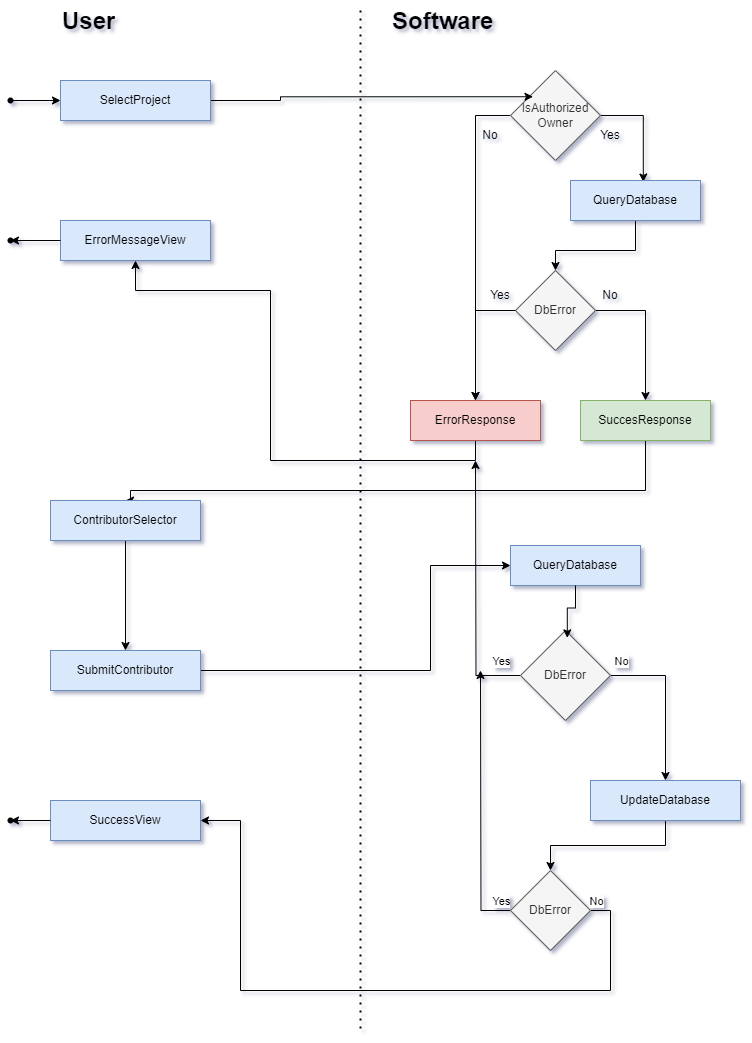
The draw.io diagram design/activity/project.delete.contrib.activity.diagram.png in SamyBP/ProjectManagementApplication, before a commit. Source tidied: cells renumbered, new cells last; positions are measured from the earlier drawing's top-left corner, leaving out a move shared by most shapes.
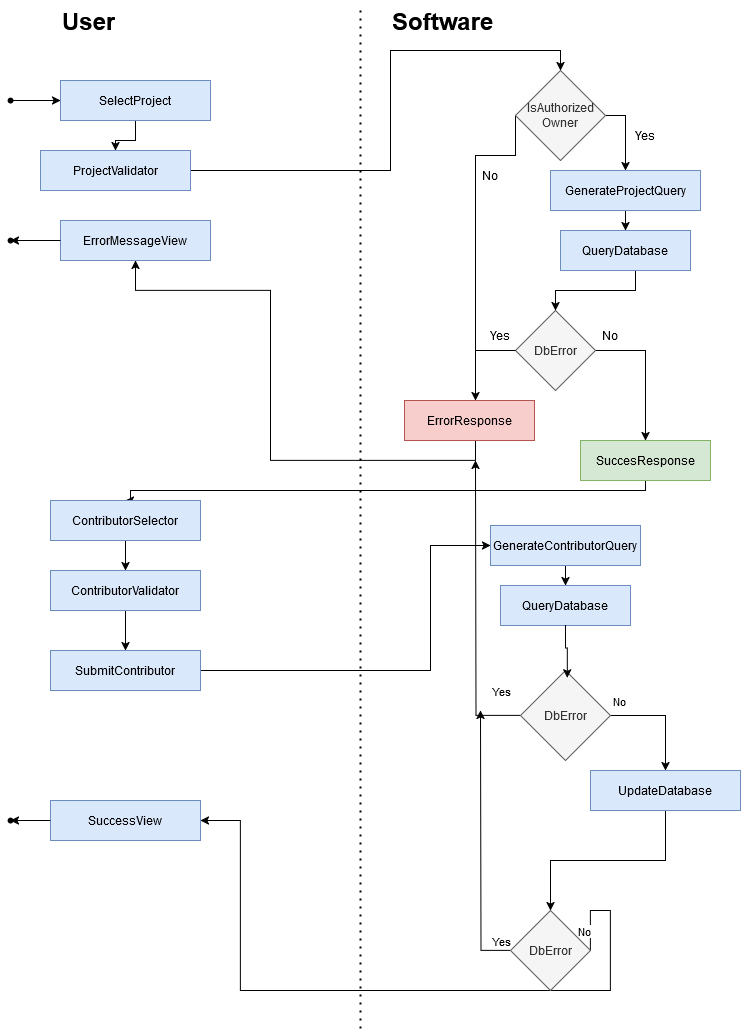
Above is the later version.

Change to the diagram source:
```diff
@@ -2,34 +2,24 @@
   <root>
     <mxCell id="0" />
     <mxCell id="1" parent="0" />
-    <mxCell id="2" style="edgeStyle=orthogonalEdgeStyle;rounded=0;jettySize=auto;html=1;" parent="1" edge="1" source="4" target="8">
+    <mxCell id="2" style="edgeStyle=orthogonalEdgeStyle;rounded=0;jettySize=auto;html=1;exitX=0;exitY=0.5;exitDx=0;exitDy=0;" parent="1" edge="1" source="4">
       <mxGeometry relative="1" as="geometry">
+        <mxPoint x="475" y="440" as="targetPoint" />
         <Array as="points">
-          <mxPoint x="475" y="115" />
+          <mxPoint x="515" y="155" />
+          <mxPoint x="475" y="155" />
         </Array>
       </mxGeometry>
     </mxCell>
-    <mxCell id="3" style="edgeStyle=orthogonalEdgeStyle;rounded=0;jettySize=auto;html=1;entryX=0.56;entryY=0.038;entryDx=0;entryDy=0;entryPerimeter=0;" parent="1" edge="1" source="4" target="11">
-      <mxGeometry relative="1" as="geometry">
-        <Array as="points">
-          <mxPoint x="643" y="115" />
-        </Array>
-      </mxGeometry>
-    </mxCell>
+    <mxCell id="50" style="edgeStyle=orthogonalEdgeStyle;rounded=0;jettySize=auto;html=1;exitX=1;exitY=0.5;exitDx=0;exitDy=0;entryX=0.5;entryY=0;entryDx=0;entryDy=0;" parent="1" edge="1" source="4" target="57">
+      <mxGeometry relative="1" as="geometry" />
+    </mxCell>
     <mxCell id="4" value="IsAuthorized Owner" style="rhombus;whiteSpace=wrap;html=1;fillColor=#f5f5f5;fontColor=#333333;strokeColor=#666666;rounded=0;" parent="1" vertex="1">
-      <mxGeometry x="510" y="70" width="90" height="90" as="geometry" />
+      <mxGeometry x="515" y="70" width="90" height="90" as="geometry" />
     </mxCell>
-    <mxCell id="5" style="edgeStyle=orthogonalEdgeStyle;rounded=0;orthogonalLoop=1;jettySize=auto;html=1;exitX=1;exitY=0.5;exitDx=0;exitDy=0;entryX=0;entryY=0;entryDx=0;entryDy=0;" parent="1" edge="1">
-      <mxGeometry relative="1" as="geometry">
-        <mxPoint x="210" y="103.8" as="sourcePoint" />
-        <mxPoint x="532.5" y="96.2" as="targetPoint" />
-        <Array as="points">
-          <mxPoint x="210" y="100" />
-          <mxPoint x="280" y="100" />
-          <mxPoint x="280" y="96" />
-        </Array>
-      </mxGeometry>
-    </mxCell>
+    <mxCell id="51" style="edgeStyle=orthogonalEdgeStyle;rounded=0;jettySize=auto;html=1;exitX=0.5;exitY=1;exitDx=0;exitDy=0;" parent="1" edge="1" source="6" target="53">
+      <mxGeometry relative="1" as="geometry" />
+    </mxCell>
     <mxCell id="6" value="SelectProject" style="rounded=0;whiteSpace=wrap;html=1;fillColor=#dae8fc;strokeColor=#6c8ebf;" parent="1" vertex="1">
       <mxGeometry x="60" y="80" width="150" height="40" as="geometry" />
     </mxCell>
@@ -44,44 +34,45 @@
       </mxGeometry>
     </mxCell>
     <mxCell id="8" value="ErrorResponse" style="rounded=0;whiteSpace=wrap;html=1;fillColor=#f8cecc;strokeColor=#b85450;" parent="1" vertex="1">
-      <mxGeometry x="410" y="400" width="130" height="40" as="geometry" />
+      <mxGeometry x="404" y="400" width="130" height="40" as="geometry" />
     </mxCell>
     <mxCell id="9" value="No" style="text;html=1;align=center;verticalAlign=middle;whiteSpace=wrap;rounded=0;" parent="1" vertex="1">
-      <mxGeometry x="460" y="120" width="60" height="30" as="geometry" />
+      <mxGeometry x="460" y="160" width="60" height="30" as="geometry" />
     </mxCell>
     <mxCell id="10" style="edgeStyle=orthogonalEdgeStyle;rounded=0;jettySize=auto;html=1;exitX=0.5;exitY=1;exitDx=0;exitDy=0;entryX=0.5;entryY=0;entryDx=0;entryDy=0;" parent="1" edge="1" source="11" target="13">
       <mxGeometry relative="1" as="geometry">
         <Array as="points">
-          <mxPoint x="635" y="250" />
-          <mxPoint x="555" y="250" />
+          <mxPoint x="635" y="290" />
+          <mxPoint x="555" y="290" />
         </Array>
       </mxGeometry>
     </mxCell>
     <mxCell id="11" value="QueryDatabase" style="rounded=0;whiteSpace=wrap;html=1;fillColor=#dae8fc;strokeColor=#6c8ebf;" parent="1" vertex="1">
-      <mxGeometry x="570" y="180" width="130" height="40" as="geometry" />
+      <mxGeometry x="560" y="230" width="130" height="40" as="geometry" />
     </mxCell>
     <mxCell id="12" style="edgeStyle=orthogonalEdgeStyle;rounded=0;jettySize=auto;html=1;entryX=0.5;entryY=0;entryDx=0;entryDy=0;" parent="1" edge="1" source="13" target="18">
       <mxGeometry relative="1" as="geometry">
         <Array as="points">
-          <mxPoint x="645" y="310" />
+          <mxPoint x="645" y="350" />
         </Array>
       </mxGeometry>
     </mxCell>
     <mxCell id="13" value="DbError" style="rhombus;whiteSpace=wrap;html=1;fillColor=#f5f5f5;fontColor=#333333;strokeColor=#666666;rounded=0;" parent="1" vertex="1">
-      <mxGeometry x="515" y="270" width="80" height="80" as="geometry" />
+      <mxGeometry x="515" y="310" width="80" height="80" as="geometry" />
     </mxCell>
     <mxCell id="14" value="Yes" style="text;html=1;align=center;verticalAlign=middle;whiteSpace=wrap;rounded=0;" parent="1" vertex="1">
-      <mxGeometry x="580" y="120" width="60" height="30" as="geometry" />
+      <mxGeometry x="615" y="120" width="60" height="30" as="geometry" />
     </mxCell>
-    <mxCell id="15" style="edgeStyle=orthogonalEdgeStyle;rounded=0;jettySize=auto;html=1;exitX=0.75;exitY=1;exitDx=0;exitDy=0;entryX=0.5;entryY=0;entryDx=0;entryDy=0;" parent="1" edge="1" source="16" target="8">
+    <mxCell id="15" style="edgeStyle=orthogonalEdgeStyle;rounded=0;jettySize=auto;html=1;exitX=0.75;exitY=1;exitDx=0;exitDy=0;" parent="1" edge="1" source="16">
       <mxGeometry relative="1" as="geometry">
+        <mxPoint x="475" y="400" as="targetPoint" />
         <Array as="points">
-          <mxPoint x="475" y="310" />
+          <mxPoint x="475" y="350" />
         </Array>
       </mxGeometry>
     </mxCell>
     <mxCell id="16" value="Yes" style="text;html=1;align=center;verticalAlign=middle;whiteSpace=wrap;rounded=0;" parent="1" vertex="1">
-      <mxGeometry x="470" y="280" width="60" height="30" as="geometry" />
+      <mxGeometry x="470" y="320" width="60" height="30" as="geometry" />
     </mxCell>
     <mxCell id="17" style="edgeStyle=orthogonalEdgeStyle;rounded=0;jettySize=auto;html=1;exitX=0.5;exitY=1;exitDx=0;exitDy=0;entryX=0.5;entryY=0;entryDx=0;entryDy=0;" parent="1" edge="1" source="18" target="22">
       <mxGeometry relative="1" as="geometry">
@@ -93,15 +84,15 @@
       </mxGeometry>
     </mxCell>
     <mxCell id="18" value="SuccesResponse" style="rounded=0;whiteSpace=wrap;html=1;fillColor=#d5e8d4;strokeColor=#82b366;" parent="1" vertex="1">
-      <mxGeometry x="580" y="400" width="130" height="40" as="geometry" />
+      <mxGeometry x="580" y="440" width="130" height="40" as="geometry" />
     </mxCell>
     <mxCell id="19" value="No" style="text;html=1;align=center;verticalAlign=middle;whiteSpace=wrap;rounded=0;" parent="1" vertex="1">
-      <mxGeometry x="580" y="280" width="60" height="30" as="geometry" />
+      <mxGeometry x="580" y="320" width="60" height="30" as="geometry" />
     </mxCell>
     <mxCell id="20" value="ErrorMessageView" style="rounded=0;whiteSpace=wrap;html=1;fillColor=#dae8fc;strokeColor=#6c8ebf;" parent="1" vertex="1">
       <mxGeometry x="60" y="220" width="150" height="40" as="geometry" />
     </mxCell>
-    <mxCell id="21" style="edgeStyle=orthogonalEdgeStyle;rounded=0;jettySize=auto;html=1;exitX=0.5;exitY=1;exitDx=0;exitDy=0;entryX=0.5;entryY=0;entryDx=0;entryDy=0;" parent="1" edge="1" source="22" target="33">
+    <mxCell id="21" style="edgeStyle=orthogonalEdgeStyle;rounded=0;jettySize=auto;html=1;exitX=0.5;exitY=1;exitDx=0;exitDy=0;entryX=0.5;entryY=0;entryDx=0;entryDy=0;" parent="1" edge="1" source="22" target="55">
       <mxGeometry relative="1" as="geometry" />
     </mxCell>
     <mxCell id="22" value="ContributorSelector" style="rounded=0;whiteSpace=wrap;html=1;fillColor=#dae8fc;strokeColor=#6c8ebf;" parent="1" vertex="1">
@@ -139,11 +130,11 @@
     <mxCell id="31" style="shape=waypoint;sketch=0;fillStyle=solid;size=6;points=[];fillColor=none;perimeter=centerPerimeter;snapToPoint=1;" parent="1" vertex="1">
       <mxGeometry y="90" width="20" height="20" as="geometry" />
     </mxCell>
-    <mxCell id="32" style="edgeStyle=orthogonalEdgeStyle;rounded=0;jettySize=auto;html=1;exitX=1;exitY=0.5;exitDx=0;exitDy=0;entryX=0;entryY=0.5;entryDx=0;entryDy=0;" parent="1" edge="1" source="33" target="41">
+    <mxCell id="32" style="edgeStyle=orthogonalEdgeStyle;rounded=0;jettySize=auto;html=1;exitX=1;exitY=0.5;exitDx=0;exitDy=0;entryX=0;entryY=0.5;entryDx=0;entryDy=0;" parent="1" edge="1" source="33" target="60">
       <mxGeometry relative="1" as="geometry">
         <Array as="points">
           <mxPoint x="430" y="670" />
-          <mxPoint x="430" y="565" />
+          <mxPoint x="430" y="545" />
         </Array>
       </mxGeometry>
     </mxCell>
@@ -169,23 +160,23 @@
       </mxGeometry>
     </mxCell>
     <mxCell id="38" value="DbError" style="rhombus;whiteSpace=wrap;html=1;fillColor=#f5f5f5;fontColor=#333333;strokeColor=#666666;rounded=0;" parent="1" vertex="1">
-      <mxGeometry x="520" y="630" width="90" height="90" as="geometry" />
+      <mxGeometry x="520" y="670" width="90" height="90" as="geometry" />
     </mxCell>
     <mxCell id="39" style="edgeStyle=orthogonalEdgeStyle;rounded=0;jettySize=auto;html=1;exitX=0.5;exitY=1;exitDx=0;exitDy=0;entryX=0.5;entryY=0;entryDx=0;entryDy=0;" parent="1" edge="1" source="40" target="47">
       <mxGeometry relative="1" as="geometry" />
     </mxCell>
     <mxCell id="40" value="UpdateDatabase" style="rounded=0;whiteSpace=wrap;html=1;fillColor=#dae8fc;strokeColor=#6c8ebf;" parent="1" vertex="1">
-      <mxGeometry x="590" y="780" width="150" height="40" as="geometry" />
+      <mxGeometry x="590" y="770" width="150" height="40" as="geometry" />
     </mxCell>
     <mxCell id="41" value="QueryDatabase" style="rounded=0;whiteSpace=wrap;html=1;fillColor=#dae8fc;strokeColor=#6c8ebf;" parent="1" vertex="1">
-      <mxGeometry x="510" y="545" width="130" height="40" as="geometry" />
+      <mxGeometry x="500" y="585" width="130" height="40" as="geometry" />
     </mxCell>
     <mxCell id="42" style="edgeStyle=orthogonalEdgeStyle;rounded=0;jettySize=auto;html=1;exitX=0.5;exitY=1;exitDx=0;exitDy=0;entryX=0.52;entryY=0.082;entryDx=0;entryDy=0;entryPerimeter=0;" parent="1" edge="1" source="41" target="38">
       <mxGeometry relative="1" as="geometry" />
     </mxCell>
     <mxCell id="43" style="edgeStyle=orthogonalEdgeStyle;rounded=0;jettySize=auto;html=1;exitX=0;exitY=0.5;exitDx=0;exitDy=0;" parent="1" edge="1" source="47">
       <mxGeometry relative="1" as="geometry">
-        <mxPoint x="480" y="670" as="targetPoint" />
+        <mxPoint x="480" y="710" as="targetPoint" />
       </mxGeometry>
     </mxCell>
     <mxCell id="44" value="Yes" style="edgeLabel;html=1;align=center;verticalAlign=middle;" parent="43" vertex="1">
@@ -209,7 +200,7 @@
       </mxGeometry>
     </mxCell>
     <mxCell id="47" value="DbError" style="rhombus;whiteSpace=wrap;html=1;fillColor=#f5f5f5;fontColor=#333333;strokeColor=#666666;rounded=0;" parent="1" vertex="1">
-      <mxGeometry x="510" y="870" width="80" height="80" as="geometry" />
+      <mxGeometry x="510" y="910" width="80" height="80" as="geometry" />
     </mxCell>
     <mxCell id="48" value="SuccessView" style="rounded=0;whiteSpace=wrap;html=1;fillColor=#dae8fc;strokeColor=#6c8ebf;" parent="1" vertex="1">
       <mxGeometry x="50" y="800" width="150" height="40" as="geometry" />
@@ -217,5 +208,38 @@
     <mxCell id="49" style="edgeStyle=orthogonalEdgeStyle;rounded=0;jettySize=auto;html=1;exitX=0;exitY=0.5;exitDx=0;exitDy=0;entryX=0.66;entryY=0.81;entryDx=0;entryDy=0;entryPerimeter=0;" parent="1" edge="1" source="48" target="28">
       <mxGeometry relative="1" as="geometry" />
     </mxCell>
+    <mxCell id="52" style="edgeStyle=orthogonalEdgeStyle;rounded=0;jettySize=auto;html=1;exitX=1;exitY=0.5;exitDx=0;exitDy=0;entryX=0.5;entryY=0;entryDx=0;entryDy=0;" parent="1" edge="1" source="53" target="4">
+      <mxGeometry relative="1" as="geometry">
+        <Array as="points">
+          <mxPoint x="390" y="170" />
+          <mxPoint x="390" y="50" />
+          <mxPoint x="560" y="50" />
+        </Array>
+      </mxGeometry>
+    </mxCell>
+    <mxCell id="53" value="ProjectValidator" style="rounded=0;whiteSpace=wrap;html=1;fillColor=#dae8fc;strokeColor=#6c8ebf;" parent="1" vertex="1">
+      <mxGeometry x="40" y="150" width="150" height="40" as="geometry" />
+    </mxCell>
+    <mxCell id="54" style="edgeStyle=orthogonalEdgeStyle;rounded=0;jettySize=auto;html=1;exitX=0.5;exitY=1;exitDx=0;exitDy=0;entryX=0.5;entryY=0;entryDx=0;entryDy=0;" parent="1" edge="1" source="55" target="33">
+      <mxGeometry relative="1" as="geometry" />
+    </mxCell>
+    <mxCell id="55" value="ContributorValidator" style="rounded=0;whiteSpace=wrap;html=1;fillColor=#dae8fc;strokeColor=#6c8ebf;" parent="1" vertex="1">
+      <mxGeometry x="50" y="570" width="150" height="40" as="geometry" />
+    </mxCell>
+    <mxCell id="56" style="edgeStyle=orthogonalEdgeStyle;rounded=0;jettySize=auto;html=1;exitX=0.5;exitY=1;exitDx=0;exitDy=0;entryX=0.5;entryY=0;entryDx=0;entryDy=0;" parent="1" edge="1" source="57" target="11">
+      <mxGeometry relative="1" as="geometry" />
+    </mxCell>
+    <mxCell id="57" value="GenerateProjectQuery" style="rounded=0;whiteSpace=wrap;html=1;fillColor=#dae8fc;strokeColor=#6c8ebf;" parent="1" vertex="1">
+      <mxGeometry x="550" y="170" width="150" height="40" as="geometry" />
+    </mxCell>
+    <mxCell id="58" style="edgeStyle=orthogonalEdgeStyle;rounded=0;orthogonalLoop=1;jettySize=auto;html=1;exitX=0.5;exitY=1;exitDx=0;exitDy=0;" parent="1" edge="1" source="57" target="57">
+      <mxGeometry relative="1" as="geometry" />
+    </mxCell>
+    <mxCell id="59" style="edgeStyle=orthogonalEdgeStyle;rounded=0;jettySize=auto;html=1;exitX=0.5;exitY=1;exitDx=0;exitDy=0;entryX=0.5;entryY=0;entryDx=0;entryDy=0;" parent="1" edge="1" source="60" target="41">
+      <mxGeometry relative="1" as="geometry" />
+    </mxCell>
+    <mxCell id="60" value="GenerateContributorQuery" style="rounded=0;whiteSpace=wrap;html=1;fillColor=#dae8fc;strokeColor=#6c8ebf;" parent="1" vertex="1">
+      <mxGeometry x="490" y="525" width="150" height="40" as="geometry" />
+    </mxCell>
   </root>
 </mxGraphModel>
```
